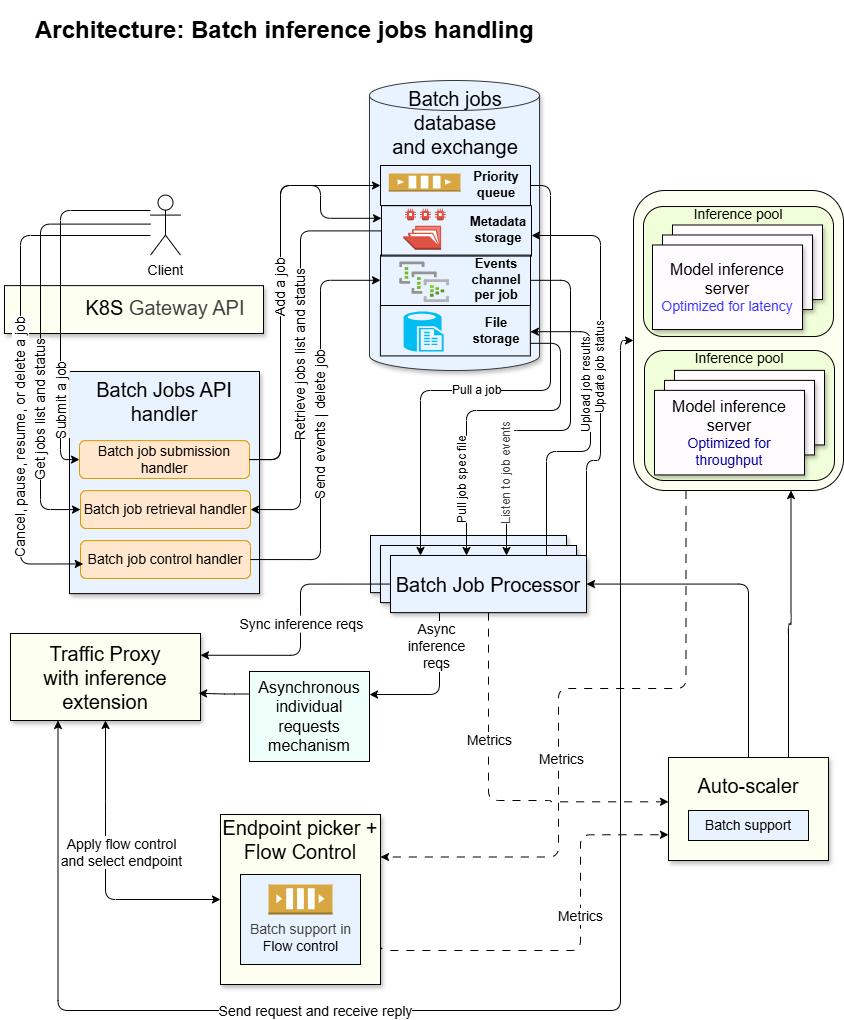
Above: docs/design/diagrams/arch_1.png in llm-d-incubation/batch-gateway (draw.io), before the change. Source tidied: cells renumbered, new cells last; positions are measured from the earlier drawing's top-left corner, leaving out a move shared by most shapes.
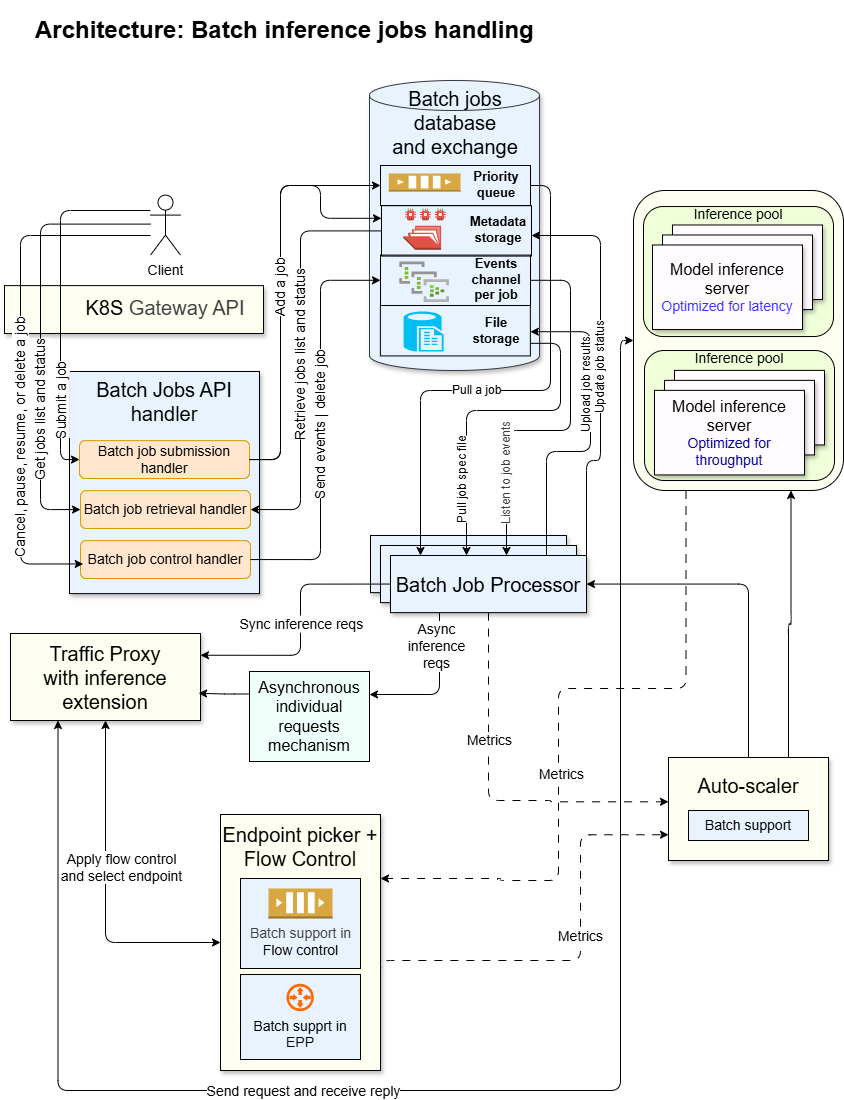
Later version of the same file.

Change to the diagram source:
```diff
@@ -14,12 +14,14 @@
     <mxCell id="5" style="whiteSpace=wrap;html=1;shadow=1;fillColor=#E9F3FF;" parent="1" vertex="1">
       <mxGeometry x="65" y="361" width="190" height="222.1" as="geometry" />
     </mxCell>
-    <mxCell id="6" style="edgeStyle=orthogonalEdgeStyle;html=1;entryX=1;entryY=0.25;entryDx=0;entryDy=0;dashed=1;dashPattern=8 8;exitX=0.25;exitY=1;exitDx=0;exitDy=0;" parent="1" edge="1" source="2" target="37">
+    <mxCell id="6" style="edgeStyle=orthogonalEdgeStyle;html=1;dashed=1;dashPattern=8 8;exitX=0.25;exitY=1;exitDx=0;exitDy=0;entryX=1;entryY=0.25;entryDx=0;entryDy=0;" parent="1" edge="1" source="2" target="37">
       <mxGeometry relative="1" as="geometry">
         <Array as="points">
           <mxPoint x="682" y="678" />
           <mxPoint x="554" y="678" />
-          <mxPoint x="554" y="847" />
+          <mxPoint x="554" y="870" />
+          <mxPoint x="496" y="870" />
+          <mxPoint x="496" y="868" />
         </Array>
       </mxGeometry>
     </mxCell>
@@ -67,8 +69,8 @@
       <mxGeometry relative="1" as="geometry">
         <Array as="points">
           <mxPoint x="616" y="330" />
-          <mxPoint x="616" y="1000" />
-          <mxPoint x="54" y="1000" />
+          <mxPoint x="616" y="1080" />
+          <mxPoint x="54" y="1080" />
         </Array>
       </mxGeometry>
     </mxCell>
@@ -112,9 +114,7 @@
     <mxCell id="26" style="edgeStyle=orthogonalEdgeStyle;exitX=0.5;exitY=1;exitDx=0;exitDy=0;align=center;verticalAlign=top;horizontal=1;html=1;fontSize=14;startArrow=classic;startFill=1;labelPosition=center;verticalLabelPosition=middle;entryX=0;entryY=0.5;entryDx=0;entryDy=0;" parent="1" edge="1" source="12" target="37">
       <mxGeometry x="-0.22" y="-5" relative="1" as="geometry">
         <Array as="points">
-          <mxPoint x="101" y="800" />
-          <mxPoint x="101" y="800" />
-          <mxPoint x="101" y="889" />
+          <mxPoint x="101" y="932" />
         </Array>
       </mxGeometry>
     </mxCell>
@@ -158,8 +158,8 @@
     <mxCell id="35" style="edgeStyle=orthogonalEdgeStyle;html=1;dashed=1;dashPattern=8 8;entryX=0;entryY=0.75;entryDx=0;entryDy=0;exitX=1;exitY=0.75;exitDx=0;exitDy=0;" parent="1" edge="1" source="37" target="67">
       <mxGeometry relative="1" as="geometry">
         <Array as="points">
-          <mxPoint x="376" y="940" />
-          <mxPoint x="576" y="940" />
+          <mxPoint x="376" y="950" />
+          <mxPoint x="576" y="950" />
           <mxPoint x="576" y="824" />
         </Array>
       </mxGeometry>
@@ -167,8 +167,8 @@
     <mxCell id="36" value="&lt;font&gt;Metrics&lt;/font&gt;" style="edgeLabel;html=1;align=center;verticalAlign=middle;fontSize=14;" parent="35" vertex="1">
       <mxGeometry x="0.18" y="1" relative="1" as="geometry" />
     </mxCell>
-    <mxCell id="37" value="&lt;font&gt;Endpoint picker +&lt;/font&gt;&lt;div&gt;Flow Control&lt;br&gt;&lt;div&gt;&lt;font&gt;&lt;br&gt;&lt;/font&gt;&lt;/div&gt;&lt;div&gt;&lt;font&gt;&lt;br&gt;&lt;/font&gt;&lt;/div&gt;&lt;div&gt;&lt;font&gt;&lt;br&gt;&lt;/font&gt;&lt;/div&gt;&lt;/div&gt;&lt;div&gt;&lt;font&gt;&lt;br&gt;&lt;/font&gt;&lt;/div&gt;&lt;div&gt;&lt;font&gt;&lt;br&gt;&lt;/font&gt;&lt;/div&gt;" style="whiteSpace=wrap;html=1;fillColor=#FDFFF0;strokeColor=default;fontSize=20;shadow=1;" parent="1" vertex="1">
-      <mxGeometry x="216" y="804" width="160" height="170" as="geometry" />
+    <mxCell id="37" value="&lt;font&gt;Endpoint picker +&lt;/font&gt;&lt;div&gt;Flow Control&lt;br&gt;&lt;div&gt;&lt;font&gt;&lt;br&gt;&lt;/font&gt;&lt;/div&gt;&lt;div&gt;&lt;font&gt;&lt;br&gt;&lt;/font&gt;&lt;/div&gt;&lt;div&gt;&lt;font&gt;&lt;br&gt;&lt;/font&gt;&lt;/div&gt;&lt;/div&gt;&lt;div&gt;&lt;font&gt;&lt;br&gt;&lt;/font&gt;&lt;/div&gt;&lt;div&gt;&lt;font&gt;&lt;br&gt;&lt;/font&gt;&lt;/div&gt;&lt;div&gt;&lt;font&gt;&lt;br&gt;&lt;/font&gt;&lt;/div&gt;&lt;div&gt;&lt;font&gt;&lt;br&gt;&lt;/font&gt;&lt;/div&gt;&lt;div&gt;&lt;font&gt;&lt;br&gt;&lt;/font&gt;&lt;/div&gt;" style="whiteSpace=wrap;html=1;fillColor=#FDFFF0;strokeColor=default;fontSize=20;shadow=1;" parent="1" vertex="1">
+      <mxGeometry x="216" y="804" width="160" height="256" as="geometry" />
     </mxCell>
     <mxCell id="38" style="rounded=0;whiteSpace=wrap;html=1;textOpacity=0;labelBorderColor=none;fillColor=none;textShadow=1;" parent="1" vertex="1">
       <mxGeometry x="376" y="155" width="150" height="40" as="geometry" />
@@ -330,10 +330,10 @@
       <mxGeometry x="70" y="368.4" width="180" height="44.6" as="geometry" />
     </mxCell>
     <mxCell id="69" style="rounded=0;whiteSpace=wrap;html=1;fillColor=#E9F3FF;" parent="1" vertex="1">
-      <mxGeometry x="236" y="864" width="120" height="90" as="geometry" />
+      <mxGeometry x="236" y="868" width="120" height="90" as="geometry" />
     </mxCell>
     <mxCell id="70" value="&lt;font style=&quot;font-size: 14px;&quot;&gt;&lt;span style=&quot;color: rgb(63, 63, 63);&quot;&gt;Batch support in&lt;/span&gt;&lt;/font&gt;&lt;div&gt;&lt;font style=&quot;font-size: 14px;&quot;&gt;Flow control&lt;/font&gt;&lt;/div&gt;" style="dashed=0;verticalLabelPosition=bottom;verticalAlign=top;align=center;html=1;shape=mxgraph.aws3.queue;fillColor=#D9A741;gradientColor=none;" parent="1" vertex="1">
-      <mxGeometry x="264" y="874" width="64" height="30" as="geometry" />
+      <mxGeometry x="264" y="878" width="64" height="30" as="geometry" />
     </mxCell>
     <mxCell id="71" value="&lt;font style=&quot;font-size: 14px;&quot;&gt;Batch support&lt;/font&gt;" style="rounded=0;whiteSpace=wrap;html=1;fillColor=#E9F3FF;" parent="1" vertex="1">
       <mxGeometry x="684" y="800" width="120" height="30" as="geometry" />
@@ -344,5 +344,11 @@
     <mxCell id="73" style="edgeStyle=elbowEdgeStyle;html=1;exitX=0;exitY=0.25;exitDx=0;exitDy=0;entryX=0.99;entryY=0.687;entryDx=0;entryDy=0;entryPerimeter=0;" parent="1" edge="1" source="72" target="12">
       <mxGeometry relative="1" as="geometry" />
     </mxCell>
+    <mxCell id="74" value="&lt;div&gt;&lt;font style=&quot;font-size: 14px;&quot;&gt;&lt;br&gt;&lt;/font&gt;&lt;/div&gt;&lt;div&gt;&lt;font style=&quot;font-size: 14px;&quot;&gt;&lt;br&gt;&lt;/font&gt;&lt;/div&gt;&lt;font style=&quot;font-size: 14px;&quot;&gt;Batch supprt in EPP&lt;/font&gt;" style="rounded=0;whiteSpace=wrap;html=1;fillColor=#E9F3FF;" parent="1" vertex="1">
+      <mxGeometry x="236" y="964" width="120" height="85" as="geometry" />
+    </mxCell>
+    <mxCell id="75" style="html=1;align=center;shadow=0;dashed=0;fillColor=#FF6A00;strokeColor=none;shape=mxgraph.alibaba_cloud.router;" parent="1" vertex="1">
+      <mxGeometry x="280.6" y="972" width="28.8" height="30" as="geometry" />
+    </mxCell>
   </root>
 </mxGraphModel>
```
